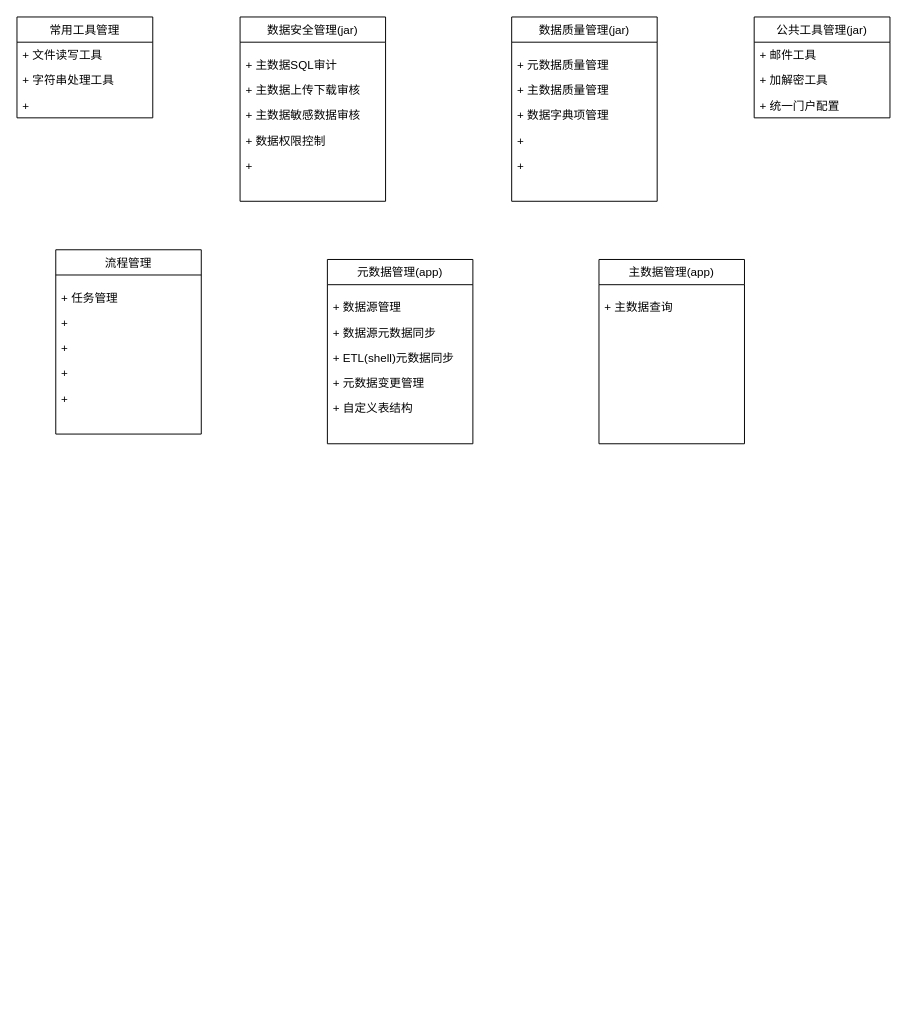
This is 数据管理系统模块图.drawio from jingmian/design-repo, a draw.io file, before an edit. Source tidied: cells renumbered, new cells numbered last; positions are measured from the earlier drawing's top-left corner, leaving out a move shared by most shapes. Both pictures are drawn from the tidied source at 97%, with x=0, y=0 at pixel (16, 16).
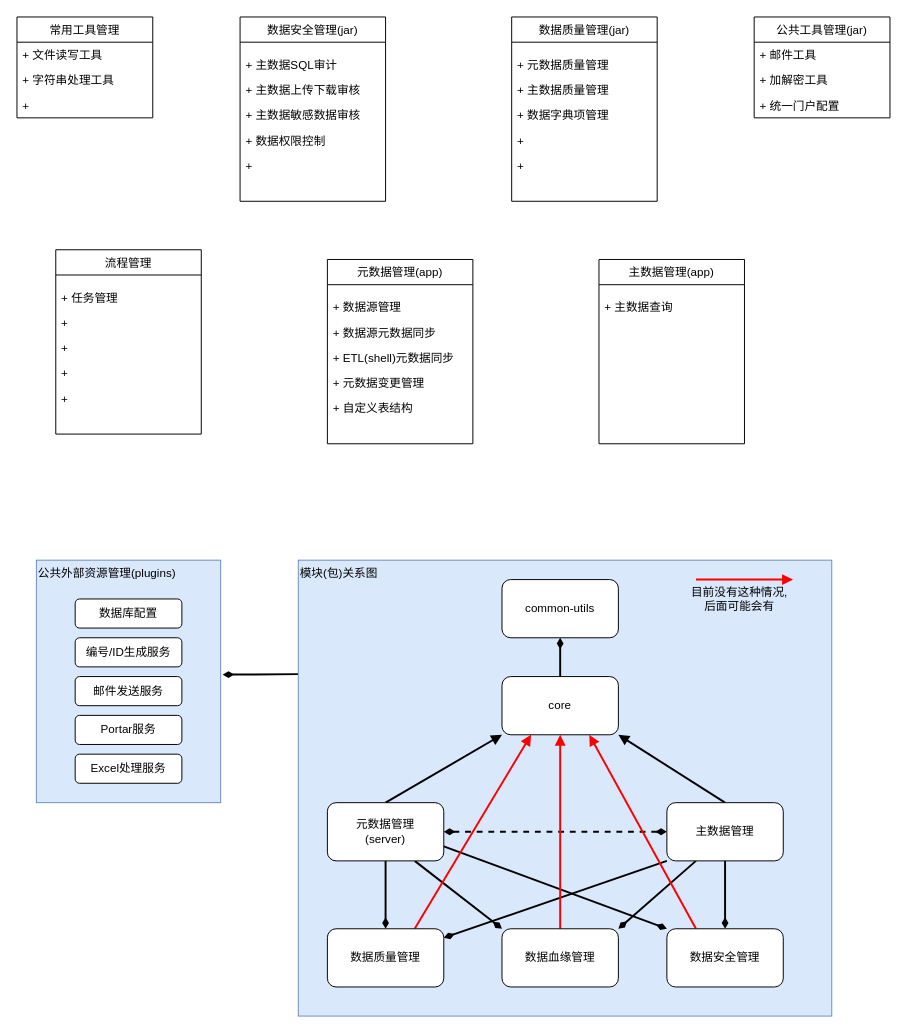
After the change.

Commit message:
更新数据管理系统模块图.drawio

Diff of the diagram source:
```diff
@@
+    <mxCell id="41" style="edgeStyle=none;rounded=0;jettySize=auto;html=1;exitX=0;exitY=0.25;exitDx=0;exitDy=0;entryX=1.011;entryY=0.472;entryDx=0;entryDy=0;entryPerimeter=0;endArrow=diamondThin;endFill=1;strokeWidth=2;" parent="1" edge="1" source="42" target="67">
+      <mxGeometry relative="1" as="geometry" />
+    </mxCell>
+    <mxCell id="42" value="模块(包)关系图" style="rounded=0;whiteSpace=wrap;html=1;verticalAlign=top;align=left;fillColor=#dae8fc;strokeColor=#6c8ebf;" parent="1" vertex="1">
+      <mxGeometry x="290" y="560" width="550" height="470" as="geometry" />
+    </mxCell>
@@
+    <mxCell id="43" style="rounded=0;jettySize=auto;html=1;exitX=0.5;exitY=0;exitDx=0;exitDy=0;entryX=0;entryY=1;entryDx=0;entryDy=0;endArrow=block;endFill=1;strokeWidth=2;" parent="1" edge="1" source="48" target="62">
+      <mxGeometry relative="1" as="geometry" />
+    </mxCell>
+    <mxCell id="44" style="edgeStyle=none;rounded=0;jettySize=auto;html=1;exitX=0.5;exitY=1;exitDx=0;exitDy=0;endArrow=diamondThin;endFill=1;strokeWidth=2;" parent="1" edge="1" source="48" target="55">
+      <mxGeometry relative="1" as="geometry" />
+    </mxCell>
+    <mxCell id="45" style="edgeStyle=none;rounded=0;jettySize=auto;html=1;exitX=0.75;exitY=1;exitDx=0;exitDy=0;entryX=0;entryY=0;entryDx=0;entryDy=0;endArrow=diamondThin;endFill=1;strokeWidth=2;" parent="1" edge="1" source="48" target="59">
+      <mxGeometry relative="1" as="geometry" />
+    </mxCell>
+    <mxCell id="46" style="edgeStyle=none;rounded=0;jettySize=auto;html=1;exitX=1;exitY=0.75;exitDx=0;exitDy=0;entryX=0;entryY=0;entryDx=0;entryDy=0;endArrow=diamondThin;endFill=1;strokeWidth=2;" parent="1" edge="1" source="48" target="57">
+      <mxGeometry relative="1" as="geometry" />
+    </mxCell>
+    <mxCell id="47" style="edgeStyle=none;rounded=0;jettySize=auto;html=1;exitX=1;exitY=0.5;exitDx=0;exitDy=0;entryX=0;entryY=0.5;entryDx=0;entryDy=0;endArrow=diamondThin;endFill=1;dashed=1;strokeWidth=2;startArrow=diamondThin;startFill=1;" parent="1" edge="1" source="48" target="53">
+      <mxGeometry relative="1" as="geometry" />
+    </mxCell>
+    <mxCell id="48" value="元数据管理&lt;br&gt;(server)" style="rounded=1;whiteSpace=wrap;html=1;" parent="1" vertex="1">
+      <mxGeometry x="320" y="810" width="120" height="60" as="geometry" />
+    </mxCell>
+    <mxCell id="49" style="edgeStyle=none;rounded=0;jettySize=auto;html=1;exitX=0.5;exitY=0;exitDx=0;exitDy=0;entryX=1;entryY=1;entryDx=0;entryDy=0;endArrow=block;endFill=1;strokeWidth=2;" parent="1" edge="1" source="53" target="62">
+      <mxGeometry relative="1" as="geometry" />
+    </mxCell>
+    <mxCell id="50" style="edgeStyle=none;rounded=0;jettySize=auto;html=1;exitX=0.5;exitY=1;exitDx=0;exitDy=0;entryX=0.5;entryY=0;entryDx=0;entryDy=0;endArrow=diamondThin;endFill=1;strokeWidth=2;" parent="1" edge="1" source="53" target="57">
+      <mxGeometry relative="1" as="geometry" />
+    </mxCell>
+    <mxCell id="51" style="edgeStyle=none;rounded=0;jettySize=auto;html=1;exitX=0.25;exitY=1;exitDx=0;exitDy=0;endArrow=diamondThin;endFill=1;entryX=1;entryY=0;entryDx=0;entryDy=0;strokeWidth=2;" parent="1" edge="1" source="53" target="59">
+      <mxGeometry relative="1" as="geometry" />
+    </mxCell>
+    <mxCell id="52" style="edgeStyle=none;rounded=0;jettySize=auto;html=1;exitX=0;exitY=1;exitDx=0;exitDy=0;endArrow=diamondThin;endFill=1;strokeWidth=2;" parent="1" edge="1" source="53" target="55">
+      <mxGeometry relative="1" as="geometry" />
+    </mxCell>
+    <mxCell id="53" value="主数据管理" style="rounded=1;whiteSpace=wrap;html=1;" parent="1" vertex="1">
+      <mxGeometry x="670" y="810" width="120" height="60" as="geometry" />
+    </mxCell>
+    <mxCell id="54" style="edgeStyle=none;rounded=0;jettySize=auto;html=1;exitX=0.75;exitY=0;exitDx=0;exitDy=0;entryX=0.25;entryY=1;entryDx=0;entryDy=0;endArrow=block;endFill=1;strokeWidth=2;strokeColor=#FF0000;" parent="1" edge="1" source="55" target="62">
+      <mxGeometry relative="1" as="geometry" />
+    </mxCell>
+    <mxCell id="55" value="数据质量管理" style="rounded=1;whiteSpace=wrap;html=1;" parent="1" vertex="1">
+      <mxGeometry x="320" y="940" width="120" height="60" as="geometry" />
+    </mxCell>
+    <mxCell id="56" style="edgeStyle=none;rounded=0;jettySize=auto;html=1;exitX=0.25;exitY=0;exitDx=0;exitDy=0;entryX=0.75;entryY=1;entryDx=0;entryDy=0;endArrow=block;endFill=1;strokeColor=#FF0000;strokeWidth=2;" parent="1" edge="1" source="57" target="62">
+      <mxGeometry relative="1" as="geometry" />
+    </mxCell>
+    <mxCell id="57" value="数据安全管理" style="rounded=1;whiteSpace=wrap;html=1;" parent="1" vertex="1">
+      <mxGeometry x="670" y="940" width="120" height="60" as="geometry" />
+    </mxCell>
+    <mxCell id="58" style="edgeStyle=none;rounded=0;jettySize=auto;html=1;exitX=0.5;exitY=0;exitDx=0;exitDy=0;entryX=0.5;entryY=1;entryDx=0;entryDy=0;endArrow=block;endFill=1;strokeColor=#FF0000;strokeWidth=2;" parent="1" edge="1" source="59" target="62">
+      <mxGeometry relative="1" as="geometry" />
+    </mxCell>
+    <mxCell id="59" value="数据血缘管理" style="rounded=1;whiteSpace=wrap;html=1;" parent="1" vertex="1">
+      <mxGeometry x="500" y="940" width="120" height="60" as="geometry" />
+    </mxCell>
+    <mxCell id="60" value="common-utils" style="rounded=1;whiteSpace=wrap;html=1;" parent="1" vertex="1">
+      <mxGeometry x="500" y="580" width="120" height="60" as="geometry" />
+    </mxCell>
+    <mxCell id="61" style="edgeStyle=none;rounded=0;jettySize=auto;html=1;exitX=0.5;exitY=0;exitDx=0;exitDy=0;entryX=0.5;entryY=1;entryDx=0;entryDy=0;endArrow=diamondThin;endFill=1;strokeWidth=2;" parent="1" edge="1" source="62" target="60">
+      <mxGeometry relative="1" as="geometry" />
+    </mxCell>
+    <mxCell id="62" value="core" style="rounded=1;whiteSpace=wrap;html=1;" parent="1" vertex="1">
+      <mxGeometry x="500" y="680" width="120" height="60" as="geometry" />
+    </mxCell>
+    <mxCell id="63" style="group;" parent="1" vertex="1">
+      <mxGeometry x="690" y="580" width="110" height="30" as="geometry" />
+    </mxCell>
+    <mxCell id="64" style="edgeStyle=none;rounded=0;orthogonalLoop=1;jettySize=auto;html=1;endArrow=block;endFill=1;strokeColor=#FF0000;strokeWidth=2;" parent="63" edge="1">
+      <mxGeometry relative="1" as="geometry">
+        <mxPoint x="10" as="sourcePoint" />
+        <mxPoint x="110" as="targetPoint" />
+      </mxGeometry>
+    </mxCell>
+    <mxCell id="65" value="目前没有这种情况, 后面可能会有" style="text;html=1;strokeColor=none;fillColor=none;align=center;verticalAlign=middle;whiteSpace=wrap;rounded=0;" parent="63" vertex="1">
+      <mxGeometry y="10" width="110" height="20" as="geometry" />
+    </mxCell>
+    <mxCell id="66" style="group;" parent="1" vertex="1">
+      <mxGeometry x="20" y="560" width="190" height="250" as="geometry" />
+    </mxCell>
+    <mxCell id="67" value="公共外部资源管理(plugins)" style="rounded=0;whiteSpace=wrap;html=1;align=left;verticalAlign=top;fillColor=#dae8fc;strokeColor=#6c8ebf;" parent="66" vertex="1">
+      <mxGeometry width="190" height="250" as="geometry" />
+    </mxCell>
+    <mxCell id="68" value="邮件发送服务" style="rounded=1;whiteSpace=wrap;html=1;" parent="66" vertex="1">
+      <mxGeometry x="40" y="120" width="110" height="30" as="geometry" />
+    </mxCell>
+    <mxCell id="69" value="编号/ID生成服务" style="rounded=1;whiteSpace=wrap;html=1;" parent="66" vertex="1">
+      <mxGeometry x="40" y="80" width="110" height="30" as="geometry" />
+    </mxCell>
+    <mxCell id="70" value="数据库配置" style="rounded=1;whiteSpace=wrap;html=1;" parent="66" vertex="1">
+      <mxGeometry x="40" y="40" width="110" height="30" as="geometry" />
+    </mxCell>
+    <mxCell id="71" value="Portar服务" style="rounded=1;whiteSpace=wrap;html=1;" parent="66" vertex="1">
+      <mxGeometry x="40" y="160" width="110" height="30" as="geometry" />
+    </mxCell>
+    <mxCell id="72" value="Excel处理服务" style="rounded=1;whiteSpace=wrap;html=1;" parent="66" vertex="1">
+      <mxGeometry x="40" y="200" width="110" height="30" as="geometry" />
+    </mxCell>
```
